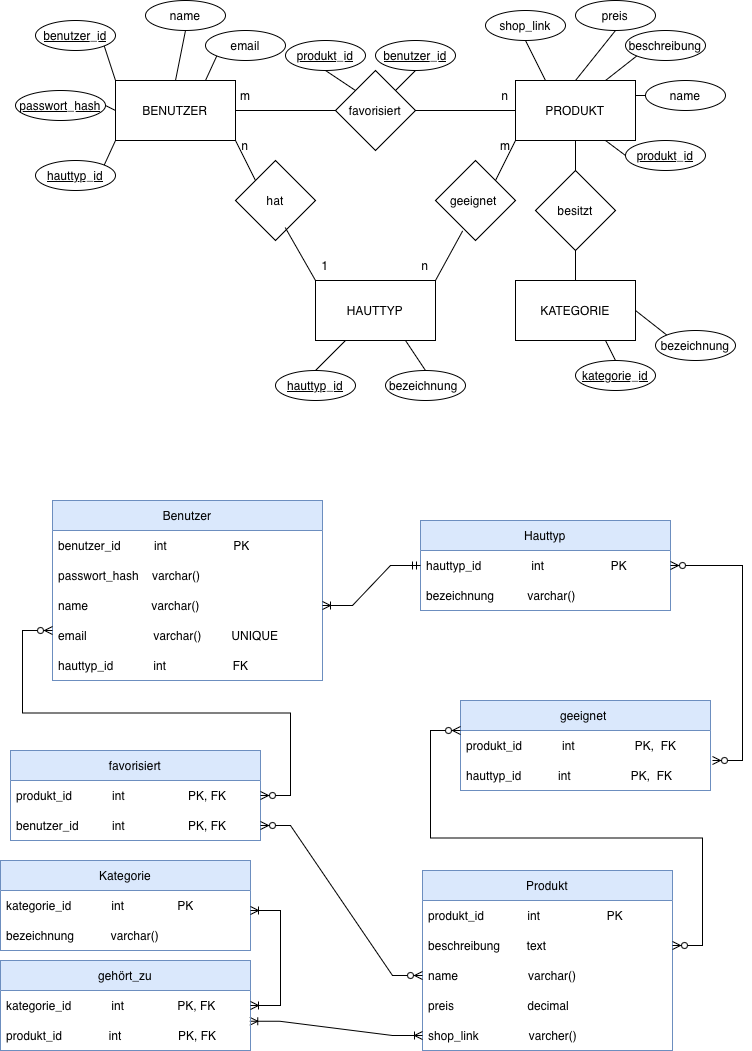
Earlier version of the draw.io export docs/assets/images/data-model.png (Tiberja/SkinSense). Source tidied: cells renumbered, new cells last; positions are measured from the earlier drawing's top-left corner, leaving out a move shared by most shapes.
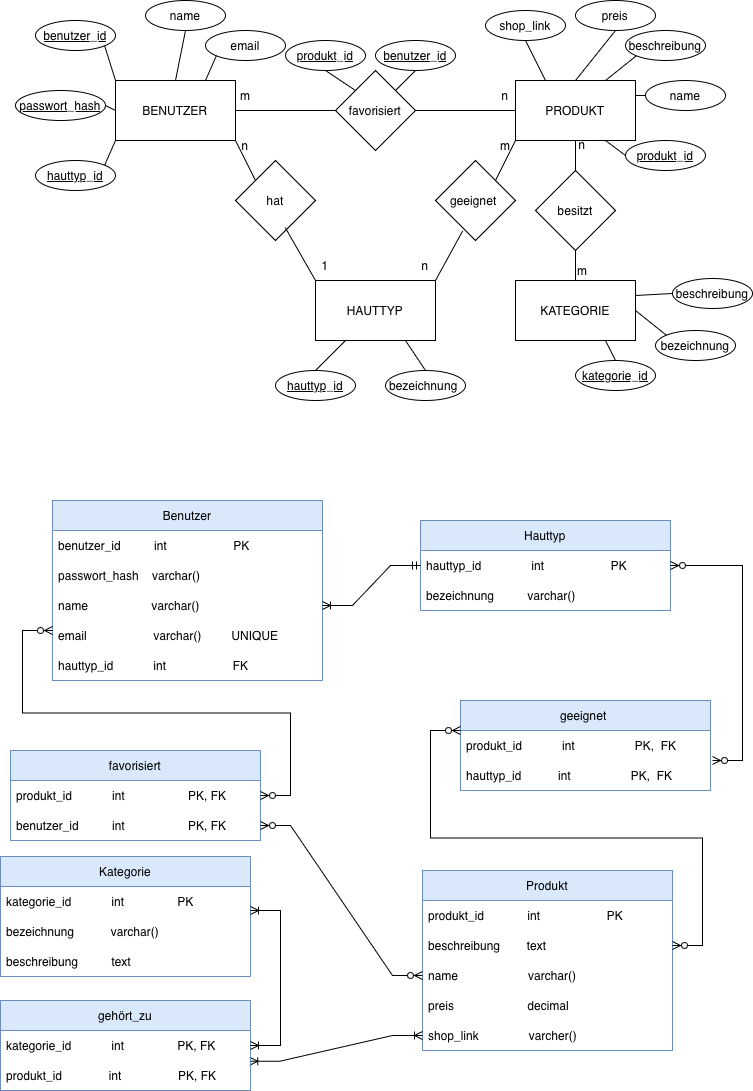
The same diagram one commit later.

Commit message:
data-model aktualisiert

The edit, as a diff of the source:
```diff
@@ -249,7 +249,7 @@
       <mxGeometry relative="1" as="geometry" />
     </mxCell>
     <mxCell id="82" value="Kategorie" style="swimlane;fontStyle=0;horizontal=1;startSize=30;whiteSpace=wrap;html=1;fillColor=#dae8fc;strokeColor=#6c8ebf;" parent="1" vertex="1">
-      <mxGeometry y="860" width="250" height="90" as="geometry" />
+      <mxGeometry y="856" width="250" height="120" as="geometry" />
     </mxCell>
     <mxCell id="83" value="kategorie_id &amp;nbsp; &amp;nbsp; &amp;nbsp; &amp;nbsp; &amp;nbsp; &amp;nbsp;int &amp;nbsp; &amp;nbsp; &amp;nbsp; &amp;nbsp; &amp;nbsp; &amp;nbsp; &amp;nbsp; &amp;nbsp;PK" style="text;strokeColor=none;fillColor=none;align=left;verticalAlign=middle;spacingLeft=4;spacingRight=4;overflow=hidden;whiteSpace=wrap;html=1;" parent="82" vertex="1">
       <mxGeometry y="30" width="250" height="30" as="geometry" />
@@ -257,11 +257,14 @@
     <mxCell id="84" value="bezeichnung &amp;nbsp; &amp;nbsp; &amp;nbsp; &amp;nbsp; &amp;nbsp; varchar() &amp;nbsp; &amp;nbsp; &amp;nbsp;" style="text;strokeColor=none;fillColor=none;align=left;verticalAlign=middle;spacingLeft=4;spacingRight=4;overflow=hidden;whiteSpace=wrap;html=1;" parent="82" vertex="1">
       <mxGeometry y="60" width="250" height="30" as="geometry" />
     </mxCell>
+    <mxCell id="90" value="beschreibung &amp;nbsp; &amp;nbsp; &amp;nbsp; &amp;nbsp; &amp;nbsp;text" style="text;strokeColor=none;fillColor=none;align=left;verticalAlign=middle;spacingLeft=4;spacingRight=4;overflow=hidden;whiteSpace=wrap;html=1;" parent="82" vertex="1">
+      <mxGeometry y="90" width="250" height="30" as="geometry" />
+    </mxCell>
     <mxCell id="85" style="edgeStyle=entityRelationEdgeStyle;fontSize=12;html=1;endArrow=ERoneToMany;startArrow=ERoneToMany;rounded=0;entryX=0;entryY=0.5;entryDx=0;entryDy=0;exitX=0.997;exitY=0.025;exitDx=0;exitDy=0;exitPerimeter=0;" parent="1" edge="1" source="88" target="59">
       <mxGeometry relative="1" as="geometry" />
     </mxCell>
     <mxCell id="86" value="gehört_zu" style="swimlane;fontStyle=0;horizontal=1;startSize=30;whiteSpace=wrap;html=1;fillColor=#dae8fc;strokeColor=#6c8ebf;" parent="1" vertex="1">
-      <mxGeometry y="960" width="250" height="90" as="geometry" />
+      <mxGeometry y="1000" width="250" height="90" as="geometry" />
     </mxCell>
     <mxCell id="87" value="kategorie_id &amp;nbsp; &amp;nbsp; &amp;nbsp; &amp;nbsp; &amp;nbsp; &amp;nbsp;int &amp;nbsp; &amp;nbsp; &amp;nbsp; &amp;nbsp; &amp;nbsp; &amp;nbsp; &amp;nbsp; &amp;nbsp;PK, FK" style="text;strokeColor=none;fillColor=none;align=left;verticalAlign=middle;spacingLeft=4;spacingRight=4;overflow=hidden;points=[[0,0.5],[1,0.5]];portConstraint=eastwest;whiteSpace=wrap;html=1;" parent="86" vertex="1">
       <mxGeometry y="30" width="250" height="30" as="geometry" />
@@ -274,5 +277,17 @@
         <mxPoint x="250" y="910" as="sourcePoint" />
       </mxGeometry>
     </mxCell>
+    <mxCell id="91" value="beschreibung" style="ellipse;whiteSpace=wrap;html=1;" parent="1" vertex="1">
+      <mxGeometry x="672" y="278" width="80" height="30" as="geometry" />
+    </mxCell>
+    <mxCell id="92" style="endArrow=none;html=1;rounded=0;entryX=0;entryY=0.5;entryDx=0;entryDy=0;exitX=1;exitY=0.25;exitDx=0;exitDy=0;" parent="1" edge="1" source="74" target="91">
+      <mxGeometry relative="1" as="geometry" />
+    </mxCell>
+    <mxCell id="93" value="n" style="text;html=1;whiteSpace=wrap;strokeColor=none;fillColor=none;align=center;verticalAlign=middle;rounded=0;" parent="1" vertex="1">
+      <mxGeometry x="552" y="129" width="60" height="30" as="geometry" />
+    </mxCell>
+    <mxCell id="94" value="m" style="text;html=1;whiteSpace=wrap;strokeColor=none;fillColor=none;align=center;verticalAlign=middle;rounded=0;" parent="1" vertex="1">
+      <mxGeometry x="552" y="255" width="60" height="30" as="geometry" />
+    </mxCell>
   </root>
 </mxGraphModel>
```
